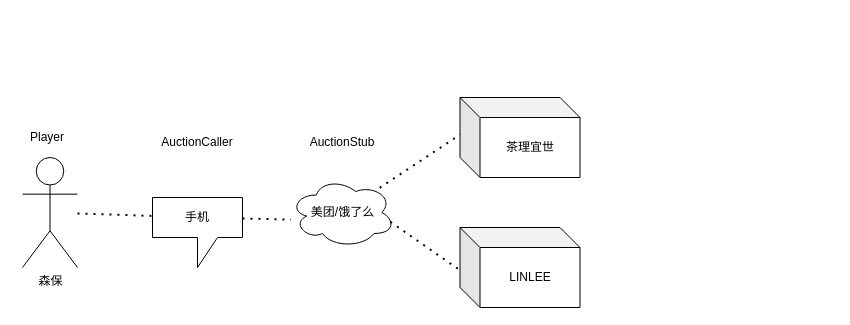
Earlier version of the draw.io diagram 未命名绘图.drawio (pearhield/test). Source tidied: cells renumbered, new cells numbered last; positions are measured from the earlier drawing's top-left corner, leaving out a move shared by most shapes. Both pictures are drawn from the tidied source at 100%, with x=0, y=0 at pixel (17, 97).
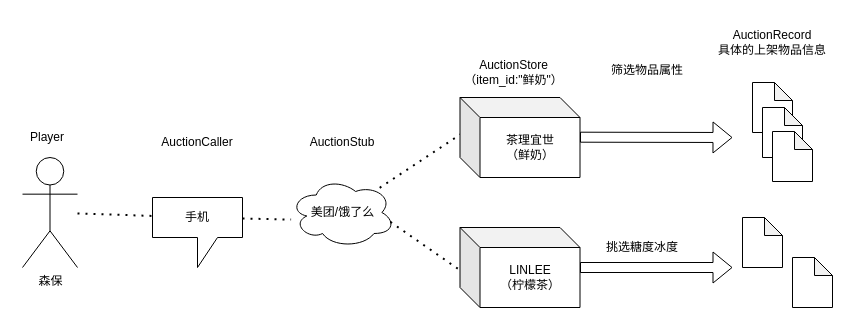
The same page after the edit.

Commit message:
更新未命名绘图.drawio

Change to the diagram source:
```diff
@@
-    <mxCell id="6" value="茶理宜世" style="shape=cube;whiteSpace=wrap;html=1;boundedLbl=1;backgroundOutline=1;darkOpacity=0.05;darkOpacity2=0.1;" parent="1" vertex="1">
+    <mxCell id="6" value="茶理宜世&lt;br&gt;（鲜奶）" style="shape=cube;whiteSpace=wrap;html=1;boundedLbl=1;backgroundOutline=1;darkOpacity=0.05;darkOpacity2=0.1;" parent="1" vertex="1">
       <mxGeometry x="442.5" width="120" height="80" as="geometry" />
     </mxCell>
-    <mxCell id="7" value="LINLEE" style="shape=cube;whiteSpace=wrap;html=1;boundedLbl=1;backgroundOutline=1;darkOpacity=0.05;darkOpacity2=0.1;" parent="1" vertex="1">
+    <mxCell id="7" value="LINLEE&lt;br&gt;（柠檬茶）" style="shape=cube;whiteSpace=wrap;html=1;boundedLbl=1;backgroundOutline=1;darkOpacity=0.05;darkOpacity2=0.1;" parent="1" vertex="1">
       <mxGeometry x="442.5" y="130" width="120" height="80" as="geometry" />
     </mxCell>
@@
+    <mxCell id="14" value="AuctionStore&lt;br&gt;（item_id:&quot;鲜奶&quot;）" style="text;html=1;strokeColor=none;fillColor=none;align=center;verticalAlign=middle;whiteSpace=wrap;rounded=0;" parent="1" vertex="1">
+      <mxGeometry x="430" y="-40" width="132.5" height="30" as="geometry" />
+    </mxCell>
+    <mxCell id="15" style="shape=note;whiteSpace=wrap;html=1;backgroundOutline=1;darkOpacity=0.05;size=18;" parent="1" vertex="1">
+      <mxGeometry x="735" y="-15" width="40" height="50" as="geometry" />
+    </mxCell>
+    <mxCell id="16" style="shape=note;whiteSpace=wrap;html=1;backgroundOutline=1;darkOpacity=0.05;size=18;" parent="1" vertex="1">
+      <mxGeometry x="745" y="10" width="40" height="50" as="geometry" />
+    </mxCell>
+    <mxCell id="17" style="shape=note;whiteSpace=wrap;html=1;backgroundOutline=1;darkOpacity=0.05;size=18;" parent="1" vertex="1">
+      <mxGeometry x="755" y="34" width="40" height="50" as="geometry" />
+    </mxCell>
+    <mxCell id="18" style="shape=note;whiteSpace=wrap;html=1;backgroundOutline=1;darkOpacity=0.05;size=18;" parent="1" vertex="1">
+      <mxGeometry x="725" y="120" width="40" height="50" as="geometry" />
+    </mxCell>
+    <mxCell id="19" style="shape=note;whiteSpace=wrap;html=1;backgroundOutline=1;darkOpacity=0.05;size=18;" parent="1" vertex="1">
+      <mxGeometry x="775" y="160" width="40" height="50" as="geometry" />
+    </mxCell>
+    <mxCell id="20" style="shape=flexArrow;endArrow=classic;html=1;rounded=0;" parent="1" edge="1">
+      <mxGeometry relative="1" as="geometry">
+        <mxPoint x="562.5" y="39.7" as="sourcePoint" />
+        <mxPoint x="715" y="40" as="targetPoint" />
+      </mxGeometry>
+    </mxCell>
+    <mxCell id="21" style="shape=flexArrow;endArrow=classic;html=1;rounded=0;" parent="1" edge="1">
+      <mxGeometry relative="1" as="geometry">
+        <mxPoint x="562.5" y="170" as="sourcePoint" />
+        <mxPoint x="715" y="170" as="targetPoint" />
+      </mxGeometry>
+    </mxCell>
+    <mxCell id="22" value="AuctionRecord&lt;br&gt;具体的上架物品信息" style="text;html=1;strokeColor=none;fillColor=none;align=center;verticalAlign=middle;whiteSpace=wrap;rounded=0;" parent="1" vertex="1">
+      <mxGeometry x="695" y="-80" width="120" height="50" as="geometry" />
+    </mxCell>
+    <mxCell id="23" value="挑选糖度冰度" style="text;html=1;strokeColor=none;fillColor=none;align=center;verticalAlign=middle;whiteSpace=wrap;rounded=0;" parent="1" vertex="1">
+      <mxGeometry x="555" y="140" width="140" height="20" as="geometry" />
+    </mxCell>
+    <mxCell id="24" value="筛选物品属性" style="text;html=1;strokeColor=none;fillColor=none;align=center;verticalAlign=middle;whiteSpace=wrap;rounded=0;" parent="1" vertex="1">
+      <mxGeometry x="575" y="-40" width="110" height="25" as="geometry" />
+    </mxCell>
```
